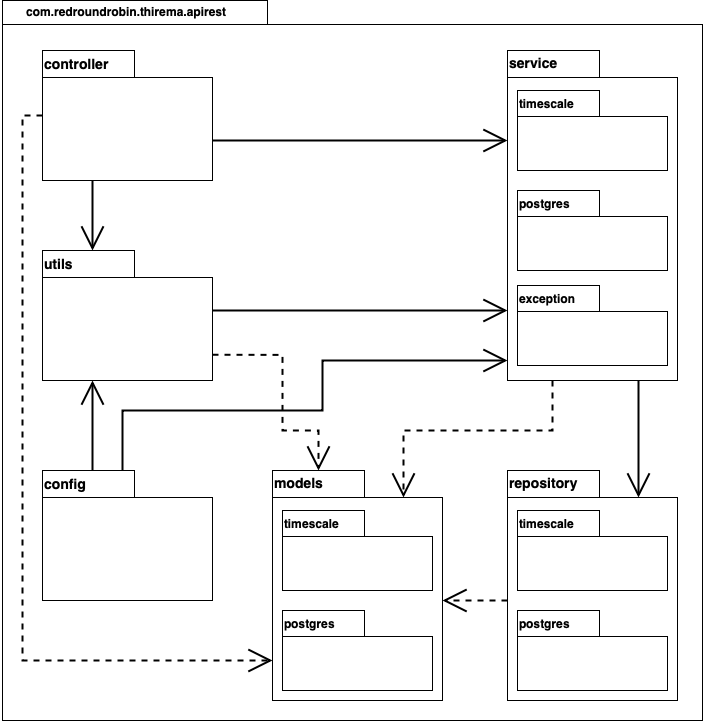
The draw.io diagram esterni/allegato_tecnico/res/images/API/packageAPI.png in RedRoundRobin/swe-docs, before a commit. Source tidied: cells renumbered, new cells last; positions are measured from the earlier drawing's top-left corner, leaving out a move shared by most shapes.
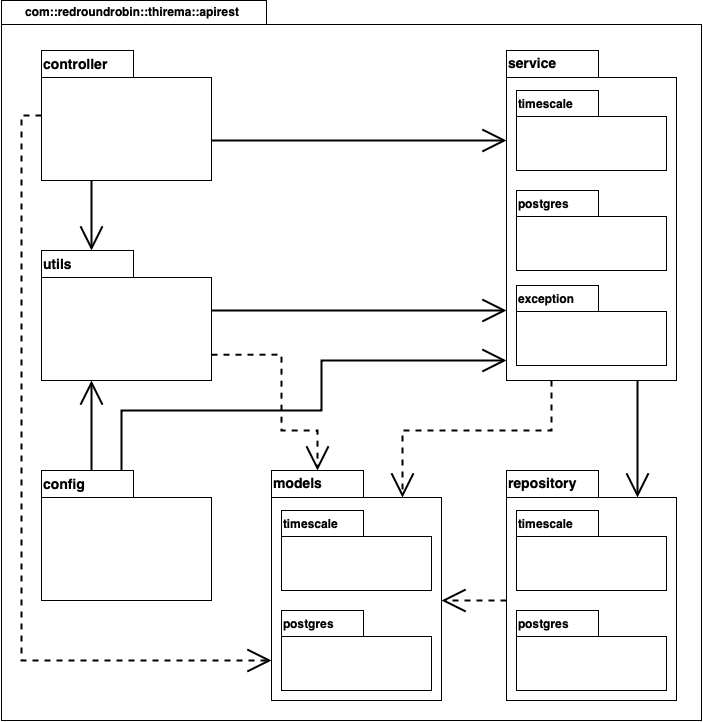
After the change.

Diff of the diagram source:
```diff
@@ -5,7 +5,7 @@
     <mxCell id="2" value="package" style="shape=folder;fontStyle=1;spacingTop=10;tabWidth=40;tabHeight=14;tabPosition=left;html=1;" parent="1" vertex="1">
       <mxGeometry x="355" y="620" width="70" height="50" as="geometry" />
     </mxCell>
-    <mxCell id="3" value="com.redroundrobin.thirema.apirest" style="shape=folder;fontStyle=1;spacingTop=-2;tabWidth=265;tabHeight=24;tabPosition=left;html=1;align=left;verticalAlign=top;spacingLeft=22;" parent="1" vertex="1">
+    <mxCell id="3" value="com::redroundrobin::thirema::apirest" style="shape=folder;fontStyle=1;spacingTop=-2;tabWidth=265;tabHeight=24;tabPosition=left;html=1;align=left;verticalAlign=top;spacingLeft=22;" parent="1" vertex="1">
       <mxGeometry width="700" height="720" as="geometry" />
     </mxCell>
     <mxCell id="4" style="edgeStyle=orthogonalEdgeStyle;rounded=0;jettySize=auto;html=1;startSize=20;endArrow=open;endFill=0;endSize=20;strokeWidth=2;" parent="1" edge="1" source="15" target="16">
```
